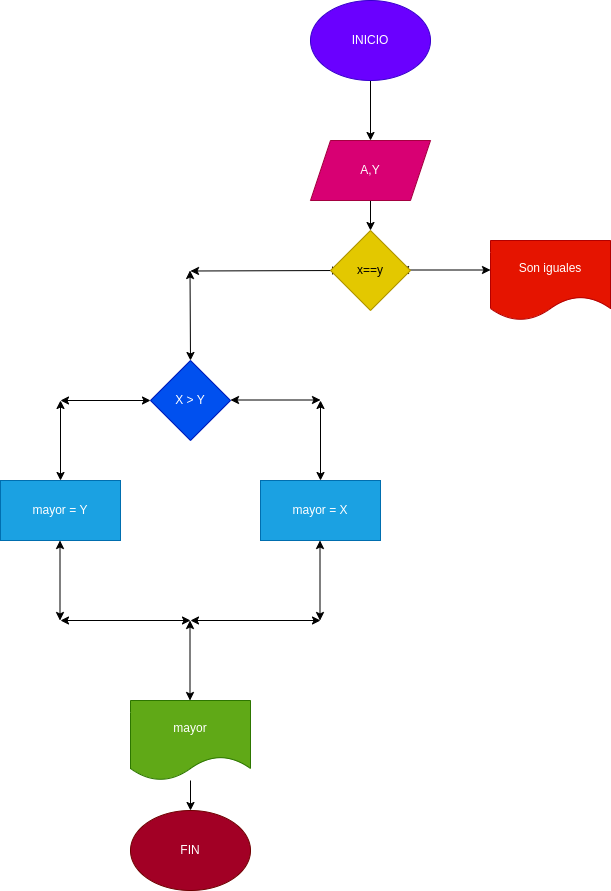
Above: diagrama.png in JuanManueArenas/mayor_2enteros (draw.io), before the change. Source tidied: cells renumbered, new cells last; positions are measured from the earlier drawing's top-left corner, leaving out a move shared by most shapes.
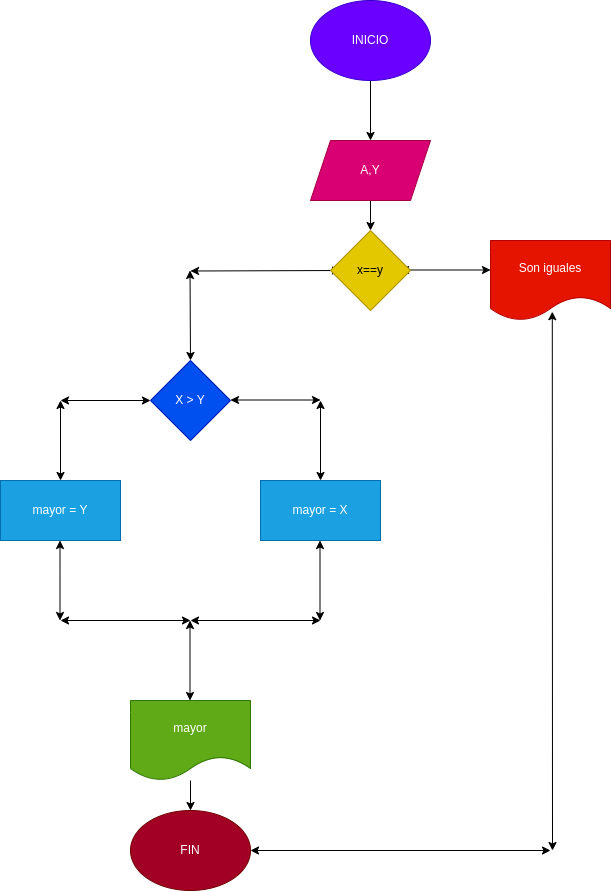
Above is the later version.

Commit message:
se actualizo el diagrama de flujo y el programa

What changed in the source:
```diff
@@ -107,5 +107,15 @@
     <mxCell id="25" value="x==y" style="rhombus;whiteSpace=wrap;html=1;fillColor=#e3c800;fontColor=#000000;strokeColor=#B09500;" parent="1" vertex="1">
       <mxGeometry x="330" y="230" width="80" height="80" as="geometry" />
     </mxCell>
+    <mxCell id="26" style="endArrow=classic;startArrow=classic;html=1;entryX=0.515;entryY=0.89;entryDx=0;entryDy=0;entryPerimeter=0;" parent="1" edge="1" target="24">
+      <mxGeometry relative="1" as="geometry">
+        <mxPoint x="552" y="850" as="sourcePoint" />
+      </mxGeometry>
+    </mxCell>
+    <mxCell id="27" style="endArrow=classic;startArrow=classic;html=1;exitX=1;exitY=0.5;exitDx=0;exitDy=0;" parent="1" edge="1" source="20">
+      <mxGeometry relative="1" as="geometry">
+        <mxPoint x="550" y="850" as="targetPoint" />
+      </mxGeometry>
+    </mxCell>
   </root>
 </mxGraphModel>
```
